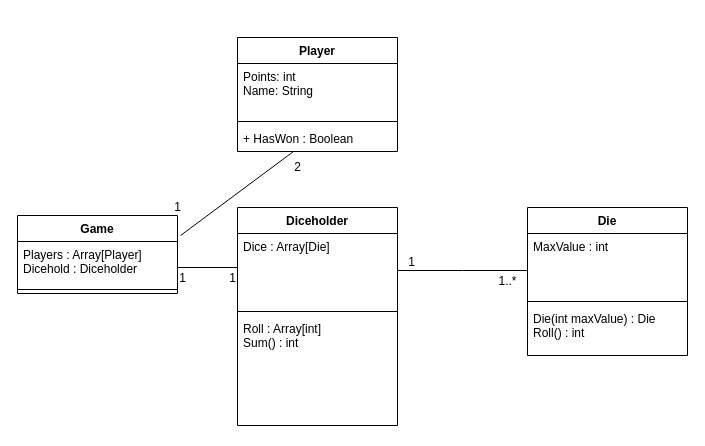
The draw.io diagram Untitled Diagram.drawio in Gruppe-10-DTU/CDIO1, before the edit. Source tidied: cells renumbered, new cells numbered last; positions are measured from the earlier drawing's top-left corner, leaving out a move shared by most shapes. Both pictures are drawn from the tidied source at 100%, with x=0, y=0 at pixel (17, 37).
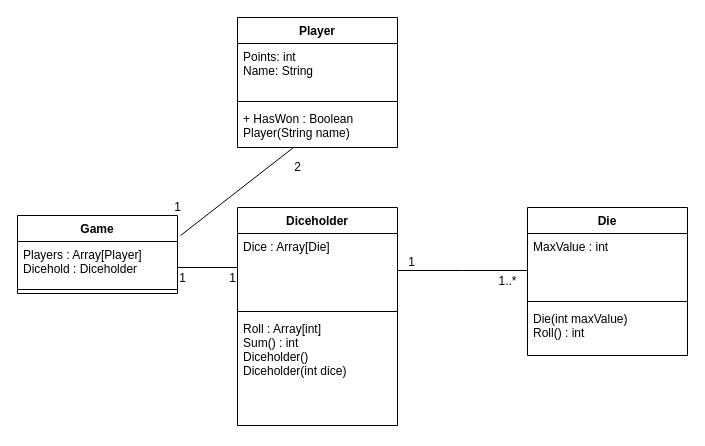
The same page after the edit.

Commit message:
Created constructors for classes

Unchanged cells that the change refers to:
```xml
<mxCell id="6" value="Diceholder" style="swimlane;fontStyle=1;align=center;verticalAlign=top;horizontal=1;startSize=26;" parent="1" vertex="1">
  <mxGeometry x="220" y="170" width="160" height="218" as="geometry" />
</mxCell>
<mxCell id="11" value="Die" style="swimlane;fontStyle=1;align=center;verticalAlign=top;horizontal=1;startSize=26;" parent="1" vertex="1">
  <mxGeometry x="510" y="170" width="160" height="148" as="geometry" />
</mxCell>
```

Change to the diagram source:
```diff
@@
     <mxCell id="2" value="Player" style="swimlane;fontStyle=1;align=center;verticalAlign=top;horizontal=1;startSize=26;" parent="1" vertex="1">
-      <mxGeometry x="220" width="160" height="114" as="geometry" />
+      <mxGeometry x="220" y="-20" width="160" height="130" as="geometry" />
     </mxCell>
@@
-    <mxCell id="5" value="+ HasWon : Boolean" style="text;strokeColor=none;fillColor=none;align=left;verticalAlign=top;spacingLeft=4;spacingRight=4;overflow=hidden;points=[[0,0.5],[1,0.5]];portConstraint=eastwest;" parent="2" vertex="1">
-      <mxGeometry y="88" width="160" height="26" as="geometry" />
+    <mxCell id="5" value="+ HasWon : Boolean&#10;Player(String name)" style="text;strokeColor=none;fillColor=none;align=left;verticalAlign=top;spacingLeft=4;spacingRight=4;overflow=hidden;points=[[0,0.5],[1,0.5]];portConstraint=eastwest;" parent="2" vertex="1">
+      <mxGeometry y="88" width="160" height="42" as="geometry" />
     </mxCell>
@@
-    <mxCell id="9" value="Roll : Array[int]&#10;Sum() : int&#10;" style="text;strokeColor=none;fillColor=none;align=left;verticalAlign=top;spacingLeft=4;spacingRight=4;overflow=hidden;" parent="6" vertex="1">
+    <mxCell id="9" value="Roll : Array[int]&#10;Sum() : int&#10;Diceholder()&#10;Diceholder(int dice)" style="text;strokeColor=none;fillColor=none;align=left;verticalAlign=top;spacingLeft=4;spacingRight=4;overflow=hidden;" parent="6" vertex="1">
       <mxGeometry y="108" width="160" height="110" as="geometry" />
     </mxCell>
@@
-    <mxCell id="14" value="Die(int maxValue) : Die&#10;Roll() : int&#10;" style="text;strokeColor=none;fillColor=none;align=left;verticalAlign=top;spacingLeft=4;spacingRight=4;overflow=hidden;" parent="11" vertex="1">
+    <mxCell id="14" value="Die(int maxValue) &#10;Roll() : int&#10;" style="text;strokeColor=none;fillColor=none;align=left;verticalAlign=top;spacingLeft=4;spacingRight=4;overflow=hidden;" parent="11" vertex="1">
       <mxGeometry y="98" width="160" height="50" as="geometry" />
     </mxCell>
```
